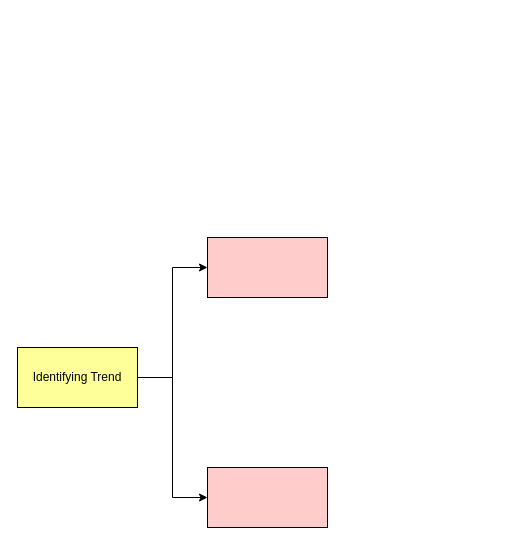
Earlier version of the draw.io diagram Untitled Diagram.drawio (stephenyang21/blog-financial). Source tidied: cells renumbered, new cells numbered last; positions are measured from the earlier drawing's top-left corner, leaving out a move shared by most shapes. Both pictures are drawn from the tidied source at 100%, with x=0, y=0 at pixel (17, 237).
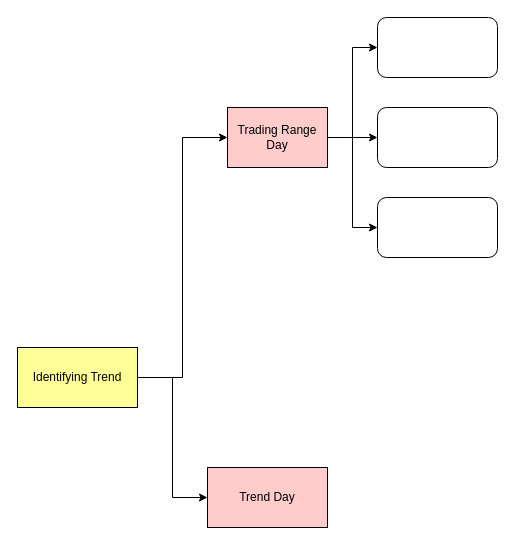
After the change.

Change to the diagram source:
```diff
@@
 <mxGraphModel>
   <root>
     <mxCell id="0" />
     <mxCell id="1" parent="0" />
     <mxCell id="2" style="edgeStyle=orthogonalEdgeStyle;rounded=0;jettySize=auto;html=1;entryX=0;entryY=0.5;entryDx=0;entryDy=0;" parent="1" edge="1" source="4" target="6">
       <mxGeometry relative="1" as="geometry" />
     </mxCell>
     <mxCell id="3" style="edgeStyle=orthogonalEdgeStyle;rounded=0;jettySize=auto;html=1;entryX=0;entryY=0.5;entryDx=0;entryDy=0;" parent="1" edge="1" source="4" target="5">
       <mxGeometry relative="1" as="geometry" />
     </mxCell>
     <mxCell id="4" value="Identifying Trend" style="rounded=0;whiteSpace=wrap;html=1;fillColor=#FFFF99;" parent="1" vertex="1">
       <mxGeometry y="110" width="120" height="60" as="geometry" />
     </mxCell>
+    <mxCell id="7" style="edgeStyle=orthogonalEdgeStyle;rounded=0;jettySize=auto;html=1;entryX=0;entryY=0.5;entryDx=0;entryDy=0;" parent="1" edge="1" source="5" target="10">
+      <mxGeometry relative="1" as="geometry" />
+    </mxCell>
+    <mxCell id="8" style="edgeStyle=orthogonalEdgeStyle;rounded=0;jettySize=auto;html=1;" parent="1" edge="1" source="5" target="11">
+      <mxGeometry relative="1" as="geometry" />
+    </mxCell>
+    <mxCell id="9" style="edgeStyle=orthogonalEdgeStyle;rounded=0;jettySize=auto;html=1;entryX=0;entryY=0.5;entryDx=0;entryDy=0;" parent="1" edge="1" source="5" target="12">
+      <mxGeometry relative="1" as="geometry" />
+    </mxCell>
-    <mxCell id="5" style="rounded=0;whiteSpace=wrap;html=1;fillColor=#FFCCCC;" parent="1" vertex="1">
-      <mxGeometry x="190" width="120" height="60" as="geometry" />
+    <mxCell id="5" value="Trading Range Day" style="rounded=0;whiteSpace=wrap;html=1;fillColor=#FFCCCC;" parent="1" vertex="1">
+      <mxGeometry x="210" y="-130" width="100" height="60" as="geometry" />
     </mxCell>
-    <mxCell id="6" style="rounded=0;whiteSpace=wrap;html=1;fillColor=#FFCCCC;" parent="1" vertex="1">
+    <mxCell id="6" value="Trend Day" style="rounded=0;whiteSpace=wrap;html=1;fillColor=#FFCCCC;" parent="1" vertex="1">
       <mxGeometry x="190" y="230" width="120" height="60" as="geometry" />
     </mxCell>
+    <mxCell id="10" style="rounded=1;whiteSpace=wrap;html=1;" parent="1" vertex="1">
+      <mxGeometry x="360" y="-220" width="120" height="60" as="geometry" />
+    </mxCell>
+    <mxCell id="11" style="rounded=1;whiteSpace=wrap;html=1;" parent="1" vertex="1">
+      <mxGeometry x="360" y="-130" width="120" height="60" as="geometry" />
+    </mxCell>
+    <mxCell id="12" style="rounded=1;whiteSpace=wrap;html=1;" parent="1" vertex="1">
+      <mxGeometry x="360" y="-40" width="120" height="60" as="geometry" />
+    </mxCell>
   </root>
 </mxGraphModel>
```
